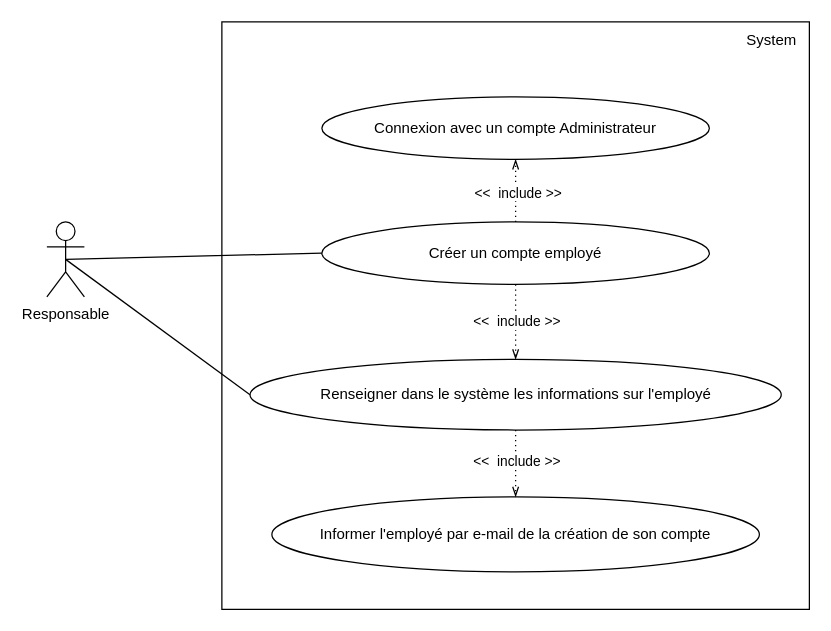
The draw.io diagram use_case_diagrams/4. cu_CREATION_COMPTE_EMPLOYE /cu_CREATION_COMPTE_EMPLOYE.drawio in LekishviliRati/P13_Patient_follow-up_diary, before the edit. Source tidied: cells renumbered, new cells numbered last; positions are measured from the earlier drawing's top-left corner, leaving out a move shared by most shapes. Both pictures are drawn from the tidied source at 125%, with x=0, y=0 at pixel (46, 21).
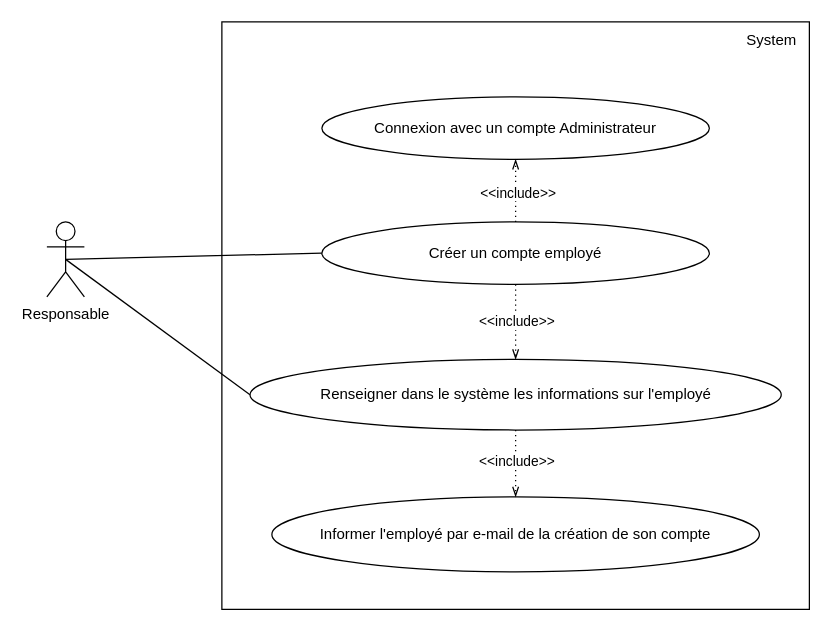
After the change.

Change to the diagram source:
```diff
@@
 <mxGraphModel>
   <root>
     <mxCell id="0" />
     <mxCell id="1" parent="0" />
     <mxCell id="2" style="whiteSpace=wrap;html=1;" parent="1" vertex="1">
       <mxGeometry x="140" width="470" height="470" as="geometry" />
     </mxCell>
     <mxCell id="3" value="System" style="text;html=1;strokeColor=none;fillColor=none;align=center;verticalAlign=middle;whiteSpace=wrap;rounded=0;" parent="1" vertex="1">
       <mxGeometry x="550" width="60" height="30" as="geometry" />
     </mxCell>
     <mxCell id="4" value="Responsable" style="shape=umlActor;verticalLabelPosition=bottom;verticalAlign=top;html=1;outlineConnect=0;" parent="1" vertex="1">
       <mxGeometry y="160" width="30" height="60" as="geometry" />
     </mxCell>
     <mxCell id="5" value="Informer l'employé par e-mail de la création de son compte" style="ellipse;whiteSpace=wrap;html=1;" parent="1" vertex="1">
       <mxGeometry x="180" y="380" width="390" height="60" as="geometry" />
     </mxCell>
     <mxCell id="6" value="Créer un compte employé" style="ellipse;whiteSpace=wrap;html=1;" parent="1" vertex="1">
       <mxGeometry x="220" y="160" width="310" height="50" as="geometry" />
     </mxCell>
     <mxCell id="7" value="Connexion avec un compte Administrateur" style="ellipse;whiteSpace=wrap;html=1;" parent="1" vertex="1">
       <mxGeometry x="220" y="60" width="310" height="50" as="geometry" />
     </mxCell>
     <mxCell id="8" value="Renseigner dans le système les informations sur l'employé" style="ellipse;whiteSpace=wrap;html=1;" parent="1" vertex="1">
       <mxGeometry x="162.5" y="270" width="425" height="56.5" as="geometry" />
     </mxCell>
     <mxCell id="9" style="endArrow=openThin;dashed=1;html=1;dashPattern=1 3;strokeWidth=1;rounded=0;entryX=0.5;entryY=1;entryDx=0;entryDy=0;exitX=0.5;exitY=0;exitDx=0;exitDy=0;startArrow=none;startFill=0;endFill=0;" parent="1" edge="1" source="6" target="7">
       <mxGeometry relative="1" as="geometry" />
     </mxCell>
-    <mxCell id="10" value="&amp;lt;&amp;lt;&amp;nbsp; include &amp;gt;&amp;gt;" style="edgeLabel;html=1;align=center;verticalAlign=middle;" parent="9" vertex="1">
+    <mxCell id="10" value="&amp;lt;&amp;lt;include&amp;gt;&amp;gt;" style="edgeLabel;html=1;align=center;verticalAlign=middle;" parent="9" vertex="1">
       <mxGeometry x="-0.05" y="-1" relative="1" as="geometry" />
     </mxCell>
     <mxCell id="11" style="endArrow=openThin;dashed=1;html=1;dashPattern=1 3;strokeWidth=1;rounded=0;entryX=0.5;entryY=0;entryDx=0;entryDy=0;exitX=0.5;exitY=1;exitDx=0;exitDy=0;startArrow=none;startFill=0;endFill=0;" parent="1" edge="1" source="6" target="8">
       <mxGeometry relative="1" as="geometry" />
     </mxCell>
-    <mxCell id="12" value="&amp;lt;&amp;lt;&amp;nbsp; include &amp;gt;&amp;gt;" style="edgeLabel;html=1;align=center;verticalAlign=middle;" parent="11" vertex="1">
+    <mxCell id="12" value="&amp;lt;&amp;lt;include&amp;gt;&amp;gt;" style="edgeLabel;html=1;align=center;verticalAlign=middle;" parent="11" vertex="1">
       <mxGeometry x="-0.05" y="-1" relative="1" as="geometry">
         <mxPoint x="1" as="offset" />
       </mxGeometry>
     </mxCell>
     <mxCell id="13" style="endArrow=openThin;dashed=1;html=1;dashPattern=1 3;strokeWidth=1;rounded=0;entryX=0.5;entryY=0;entryDx=0;entryDy=0;exitX=0.5;exitY=1;exitDx=0;exitDy=0;startArrow=none;startFill=0;endFill=0;" parent="1" edge="1" source="8" target="5">
       <mxGeometry relative="1" as="geometry" />
     </mxCell>
-    <mxCell id="14" value="&amp;lt;&amp;lt;&amp;nbsp; include &amp;gt;&amp;gt;" style="edgeLabel;html=1;align=center;verticalAlign=middle;" parent="13" vertex="1">
+    <mxCell id="14" value="&amp;lt;&amp;lt;include&amp;gt;&amp;gt;" style="edgeLabel;html=1;align=center;verticalAlign=middle;" parent="13" vertex="1">
       <mxGeometry x="-0.05" y="-1" relative="1" as="geometry">
         <mxPoint x="1" as="offset" />
       </mxGeometry>
     </mxCell>
     <mxCell id="15" style="endArrow=none;html=1;rounded=0;strokeWidth=1;exitX=0.5;exitY=0.5;exitDx=0;exitDy=0;exitPerimeter=0;entryX=0;entryY=0.5;entryDx=0;entryDy=0;" parent="1" edge="1" source="4" target="6">
       <mxGeometry relative="1" as="geometry" />
     </mxCell>
     <mxCell id="16" style="endArrow=none;html=1;rounded=0;strokeWidth=1;exitX=0.5;exitY=0.5;exitDx=0;exitDy=0;exitPerimeter=0;entryX=0;entryY=0.5;entryDx=0;entryDy=0;" parent="1" edge="1" source="4" target="8">
       <mxGeometry relative="1" as="geometry" />
     </mxCell>
   </root>
 </mxGraphModel>
```
